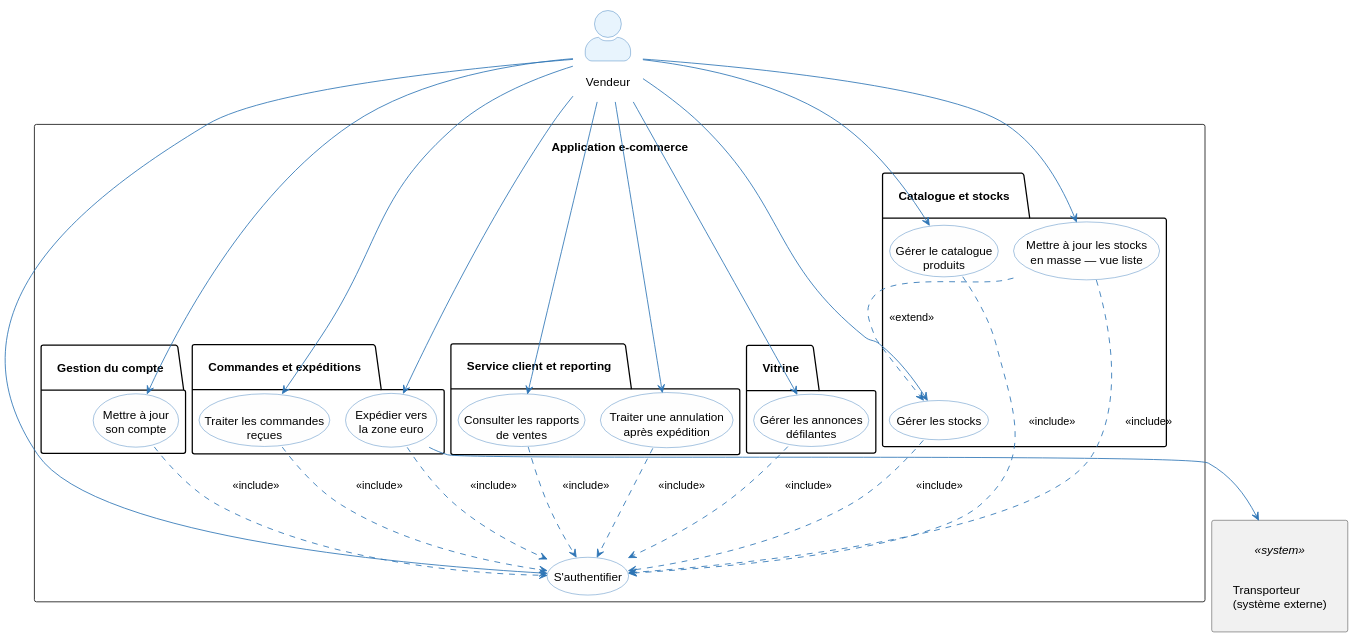
The PlantUML diagram architecture/01-operational-analysis/diagrams/oa-uc-vendor.svg in louistalvande/online_shop, before a commit.
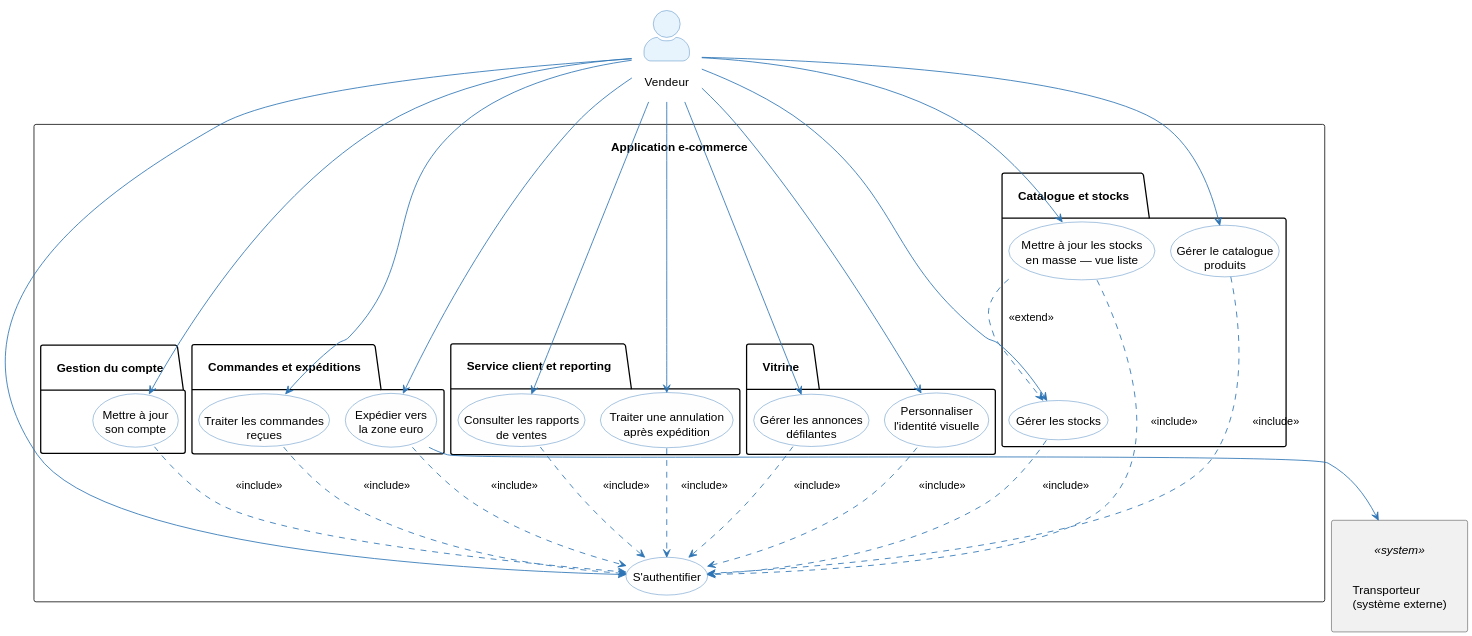
The same diagram one commit later.

Diff of the diagram source:
```diff
@@ -35,6 +35,7 @@
   }
   package "Vitrine" {
     usecase (Gérer les annonces\ndéfilantes) as UC_V9
+    usecase (Personnaliser\nl'identité visuelle) as UC_V11
   }
 }
 
@@ -48,6 +49,7 @@
 Vendor --> UC_V6
 Vendor --> UC_V8
 Vendor --> UC_V9
+Vendor --> UC_V11
 UC_V0 ..> UC_V_AUTH : <<include>>
 UC_V1 ..> UC_V_AUTH : <<include>>
 UC_V2 ..> UC_V_AUTH : <<include>>
@@ -57,6 +59,7 @@
 UC_V8 ..> UC_V_AUTH : <<include>>
 UC_V9 ..> UC_V_AUTH : <<include>>
 UC_V10 ..> UC_V_AUTH : <<include>>
+UC_V11 ..> UC_V_AUTH : <<include>>
 UC_V10 ..> UC_V2 : <<extend>>
 UC_V4 --> Carrier
 @enduml
```
